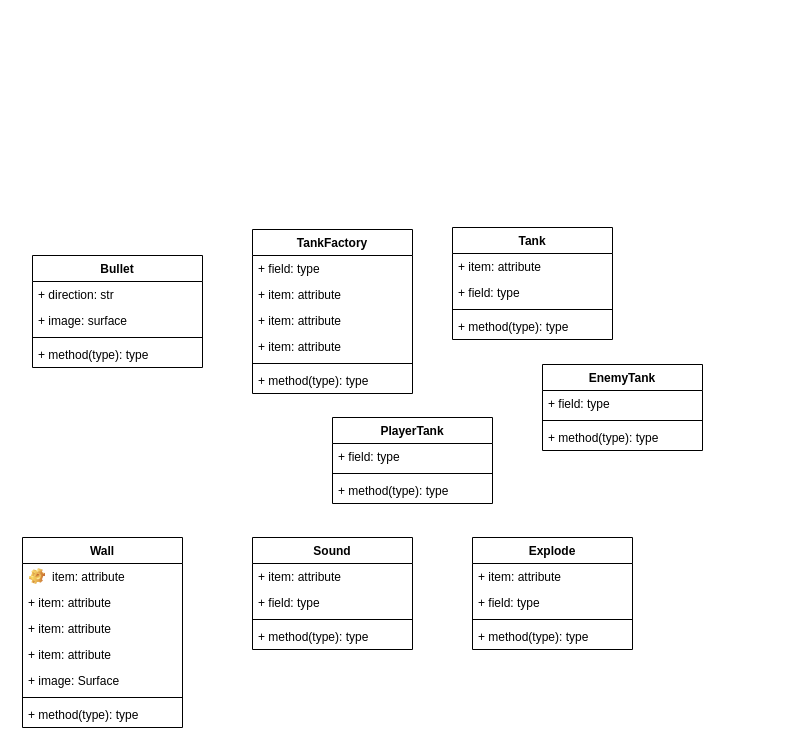
Before: TankWar.drawio in hayden-pzhou/drawioChart, a draw.io diagram. Source tidied: cells renumbered, new cells numbered last; positions are measured from the earlier drawing's top-left corner, leaving out a move shared by most shapes. Both pictures are drawn from the tidied source at 100%, with x=0, y=0 at pixel (22, 227).
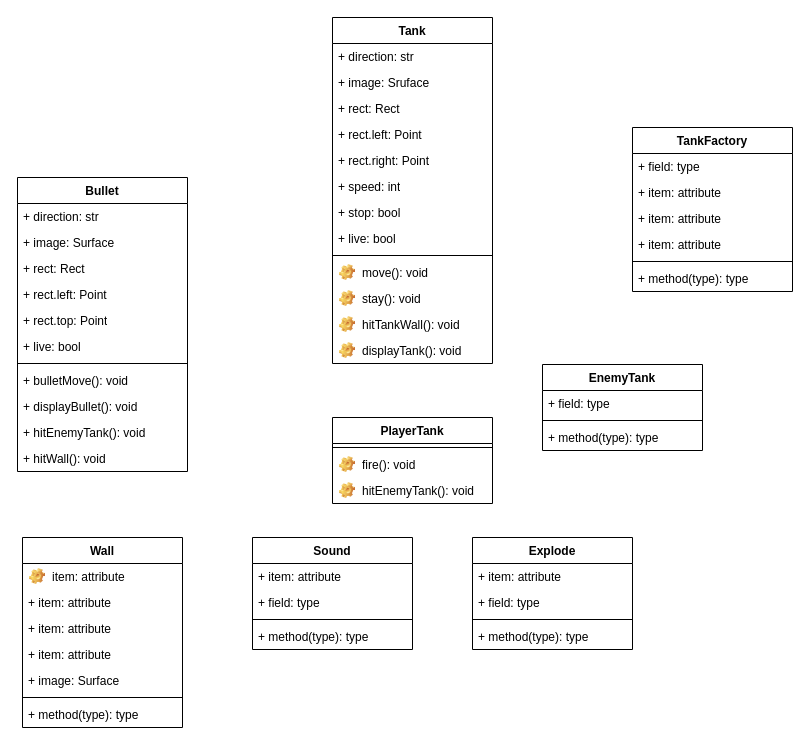
The same diagram, later.

Unchanged cells that the change refers to:
```xml
<mxCell id="26" value="PlayerTank" style="swimlane;fontStyle=1;align=center;verticalAlign=top;horizontal=1;startSize=26;whiteSpace=wrap;html=1;" parent="1" vertex="1">
  <mxGeometry x="310" y="190" width="160" height="86" as="geometry" />
</mxCell>
```

The edit, as a diff of the source:
```diff
@@
     <mxCell id="2" value="Bullet" style="swimlane;fontStyle=1;align=center;verticalAlign=top;horizontal=1;startSize=26;whiteSpace=wrap;html=1;" parent="1" vertex="1">
-      <mxGeometry x="10" y="28" width="170" height="112" as="geometry" />
+      <mxGeometry x="-5" y="-50" width="170" height="294" as="geometry" />
     </mxCell>
@@
-    <mxCell id="4" value="+ image: surface" style="text;strokeColor=none;fillColor=none;align=left;verticalAlign=top;spacingLeft=4;spacingRight=4;overflow=hidden;whiteSpace=wrap;html=1;" parent="2" vertex="1">
+    <mxCell id="4" value="+ image: Surface" style="text;strokeColor=none;fillColor=none;align=left;verticalAlign=top;spacingLeft=4;spacingRight=4;overflow=hidden;whiteSpace=wrap;html=1;" parent="2" vertex="1">
       <mxGeometry y="52" width="170" height="26" as="geometry" />
     </mxCell>
+    <mxCell id="45" value="+ rect: Rect" style="text;strokeColor=none;fillColor=none;align=left;verticalAlign=top;spacingLeft=4;spacingRight=4;overflow=hidden;whiteSpace=wrap;html=1;" parent="2" vertex="1">
+      <mxGeometry y="78" width="170" height="26" as="geometry" />
+    </mxCell>
+    <mxCell id="46" value="+ rect.left: Point" style="text;strokeColor=none;fillColor=none;align=left;verticalAlign=top;spacingLeft=4;spacingRight=4;overflow=hidden;whiteSpace=wrap;html=1;" parent="2" vertex="1">
+      <mxGeometry y="104" width="170" height="26" as="geometry" />
+    </mxCell>
+    <mxCell id="47" value="+ rect.top: Point" style="text;strokeColor=none;fillColor=none;align=left;verticalAlign=top;spacingLeft=4;spacingRight=4;overflow=hidden;whiteSpace=wrap;html=1;" parent="2" vertex="1">
+      <mxGeometry y="130" width="170" height="26" as="geometry" />
+    </mxCell>
+    <mxCell id="48" value="+ live: bool" style="text;strokeColor=none;fillColor=none;align=left;verticalAlign=top;spacingLeft=4;spacingRight=4;overflow=hidden;whiteSpace=wrap;html=1;" parent="2" vertex="1">
+      <mxGeometry y="156" width="170" height="26" as="geometry" />
+    </mxCell>
     <mxCell id="5" style="line;strokeWidth=1;fillColor=none;align=left;verticalAlign=middle;spacingTop=-1;spacingLeft=3;spacingRight=3;labelPosition=right;strokeColor=inherit;" parent="2" vertex="1">
-      <mxGeometry y="78" width="170" height="8" as="geometry" />
+      <mxGeometry y="182" width="170" height="8" as="geometry" />
     </mxCell>
-    <mxCell id="6" value="+ method(type): type" style="text;strokeColor=none;fillColor=none;align=left;verticalAlign=top;spacingLeft=4;spacingRight=4;overflow=hidden;whiteSpace=wrap;html=1;" parent="2" vertex="1">
-      <mxGeometry y="86" width="170" height="26" as="geometry" />
+    <mxCell id="6" value="+ bulletMove(): void" style="text;strokeColor=none;fillColor=none;align=left;verticalAlign=top;spacingLeft=4;spacingRight=4;overflow=hidden;whiteSpace=wrap;html=1;" parent="2" vertex="1">
+      <mxGeometry y="190" width="170" height="26" as="geometry" />
     </mxCell>
+    <mxCell id="49" value="+ displayBullet(): void" style="text;strokeColor=none;fillColor=none;align=left;verticalAlign=top;spacingLeft=4;spacingRight=4;overflow=hidden;whiteSpace=wrap;html=1;" parent="2" vertex="1">
+      <mxGeometry y="216" width="170" height="26" as="geometry" />
+    </mxCell>
+    <mxCell id="50" value="+ hitEnemyTank(): void" style="text;strokeColor=none;fillColor=none;align=left;verticalAlign=top;spacingLeft=4;spacingRight=4;overflow=hidden;whiteSpace=wrap;html=1;" parent="2" vertex="1">
+      <mxGeometry y="242" width="170" height="26" as="geometry" />
+    </mxCell>
+    <mxCell id="51" value="+ hitWall(): void" style="text;strokeColor=none;fillColor=none;align=left;verticalAlign=top;spacingLeft=4;spacingRight=4;overflow=hidden;whiteSpace=wrap;html=1;" parent="2" vertex="1">
+      <mxGeometry y="268" width="170" height="26" as="geometry" />
+    </mxCell>
     <mxCell id="7" value="Tank" style="swimlane;fontStyle=1;align=center;verticalAlign=top;horizontal=1;startSize=26;whiteSpace=wrap;html=1;" parent="1" vertex="1">
-      <mxGeometry x="430" width="160" height="112" as="geometry" />
+      <mxGeometry x="310" y="-210" width="160" height="346" as="geometry" />
     </mxCell>
-    <mxCell id="8" value="+ item: attribute" style="text;strokeColor=none;fillColor=none;align=left;verticalAlign=top;spacingLeft=4;spacingRight=4;overflow=hidden;whiteSpace=wrap;html=1;" parent="7" vertex="1">
+    <mxCell id="8" value="+ direction: str&lt;span style=&quot;white-space: pre;&quot;&gt; &lt;/span&gt;" style="text;strokeColor=none;fillColor=none;align=left;verticalAlign=top;spacingLeft=4;spacingRight=4;overflow=hidden;whiteSpace=wrap;html=1;" parent="7" vertex="1">
       <mxGeometry y="26" width="160" height="26" as="geometry" />
     </mxCell>
-    <mxCell id="9" value="+ field: type" style="text;strokeColor=none;fillColor=none;align=left;verticalAlign=top;spacingLeft=4;spacingRight=4;overflow=hidden;whiteSpace=wrap;html=1;" parent="7" vertex="1">
+    <mxCell id="9" value="+ image: Sruface" style="text;strokeColor=none;fillColor=none;align=left;verticalAlign=top;spacingLeft=4;spacingRight=4;overflow=hidden;whiteSpace=wrap;html=1;" parent="7" vertex="1">
       <mxGeometry y="52" width="160" height="26" as="geometry" />
     </mxCell>
+    <mxCell id="52" value="+ rect: Rect" style="text;strokeColor=none;fillColor=none;align=left;verticalAlign=top;spacingLeft=4;spacingRight=4;overflow=hidden;whiteSpace=wrap;html=1;" parent="7" vertex="1">
+      <mxGeometry y="78" width="160" height="26" as="geometry" />
+    </mxCell>
+    <mxCell id="53" value="+ rect.left: Point" style="text;strokeColor=none;fillColor=none;align=left;verticalAlign=top;spacingLeft=4;spacingRight=4;overflow=hidden;whiteSpace=wrap;html=1;" parent="7" vertex="1">
+      <mxGeometry y="104" width="160" height="26" as="geometry" />
+    </mxCell>
+    <mxCell id="54" value="+ rect.right: Point" style="text;strokeColor=none;fillColor=none;align=left;verticalAlign=top;spacingLeft=4;spacingRight=4;overflow=hidden;whiteSpace=wrap;html=1;" parent="7" vertex="1">
+      <mxGeometry y="130" width="160" height="26" as="geometry" />
+    </mxCell>
+    <mxCell id="55" value="+ speed: int" style="text;strokeColor=none;fillColor=none;align=left;verticalAlign=top;spacingLeft=4;spacingRight=4;overflow=hidden;whiteSpace=wrap;html=1;" parent="7" vertex="1">
+      <mxGeometry y="156" width="160" height="26" as="geometry" />
+    </mxCell>
+    <mxCell id="56" value="+ stop: bool" style="text;strokeColor=none;fillColor=none;align=left;verticalAlign=top;spacingLeft=4;spacingRight=4;overflow=hidden;whiteSpace=wrap;html=1;" parent="7" vertex="1">
+      <mxGeometry y="182" width="160" height="26" as="geometry" />
+    </mxCell>
+    <mxCell id="57" value="+ live: bool" style="text;strokeColor=none;fillColor=none;align=left;verticalAlign=top;spacingLeft=4;spacingRight=4;overflow=hidden;whiteSpace=wrap;html=1;" parent="7" vertex="1">
+      <mxGeometry y="208" width="160" height="26" as="geometry" />
+    </mxCell>
     <mxCell id="10" style="line;strokeWidth=1;fillColor=none;align=left;verticalAlign=middle;spacingTop=-1;spacingLeft=3;spacingRight=3;labelPosition=right;strokeColor=inherit;" parent="7" vertex="1">
-      <mxGeometry y="78" width="160" height="8" as="geometry" />
+      <mxGeometry y="234" width="160" height="8" as="geometry" />
     </mxCell>
-    <mxCell id="11" value="+ method(type): type" style="text;strokeColor=none;fillColor=none;align=left;verticalAlign=top;spacingLeft=4;spacingRight=4;overflow=hidden;whiteSpace=wrap;html=1;" parent="7" vertex="1">
-      <mxGeometry y="86" width="160" height="26" as="geometry" />
-    </mxCell>
+    <mxCell id="58" value="move(): void" style="label;fontStyle=0;strokeColor=none;fillColor=none;align=left;verticalAlign=top;overflow=hidden;spacingLeft=28;spacingRight=4;imageWidth=16;imageHeight=16;whiteSpace=wrap;html=1;image=img/clipart/Gear_128x128.png;" parent="7" vertex="1">
+      <mxGeometry y="242" width="160" height="26" as="geometry" />
+    </mxCell>
+    <mxCell id="59" value="stay(): void" style="label;fontStyle=0;strokeColor=none;fillColor=none;align=left;verticalAlign=top;overflow=hidden;spacingLeft=28;spacingRight=4;imageWidth=16;imageHeight=16;whiteSpace=wrap;html=1;image=img/clipart/Gear_128x128.png;" parent="7" vertex="1">
+      <mxGeometry y="268" width="160" height="26" as="geometry" />
+    </mxCell>
+    <mxCell id="60" value="hitTankWall(): void" style="label;fontStyle=0;strokeColor=none;fillColor=none;align=left;verticalAlign=top;overflow=hidden;spacingLeft=28;spacingRight=4;imageWidth=16;imageHeight=16;whiteSpace=wrap;html=1;image=img/clipart/Gear_128x128.png;" parent="7" vertex="1">
+      <mxGeometry y="294" width="160" height="26" as="geometry" />
+    </mxCell>
+    <mxCell id="61" value="displayTank(): void" style="label;fontStyle=0;strokeColor=none;fillColor=none;align=left;verticalAlign=top;overflow=hidden;spacingLeft=28;spacingRight=4;imageWidth=16;imageHeight=16;whiteSpace=wrap;html=1;image=img/clipart/Gear_128x128.png;" parent="7" vertex="1">
+      <mxGeometry y="320" width="160" height="26" as="geometry" />
+    </mxCell>
@@
-    <mxCell id="27" value="+ field: type" style="text;strokeColor=none;fillColor=none;align=left;verticalAlign=top;spacingLeft=4;spacingRight=4;overflow=hidden;whiteSpace=wrap;html=1;" parent="26" vertex="1">
-      <mxGeometry y="26" width="160" height="26" as="geometry" />
-    </mxCell>
     <mxCell id="28" style="line;strokeWidth=1;fillColor=none;align=left;verticalAlign=middle;spacingTop=-1;spacingLeft=3;spacingRight=3;labelPosition=right;strokeColor=inherit;" parent="26" vertex="1">
-      <mxGeometry y="52" width="160" height="8" as="geometry" />
+      <mxGeometry y="26" width="160" height="8" as="geometry" />
     </mxCell>
-    <mxCell id="29" value="+ method(type): type" style="text;strokeColor=none;fillColor=none;align=left;verticalAlign=top;spacingLeft=4;spacingRight=4;overflow=hidden;whiteSpace=wrap;html=1;" parent="26" vertex="1">
-      <mxGeometry y="60" width="160" height="26" as="geometry" />
-    </mxCell>
+    <mxCell id="62" value="fire(): void" style="label;fontStyle=0;strokeColor=none;fillColor=none;align=left;verticalAlign=top;overflow=hidden;spacingLeft=28;spacingRight=4;imageWidth=16;imageHeight=16;whiteSpace=wrap;html=1;image=img/clipart/Gear_128x128.png;" parent="26" vertex="1">
+      <mxGeometry y="34" width="160" height="26" as="geometry" />
+    </mxCell>
+    <mxCell id="63" value="hitEnemyTank(): void" style="label;fontStyle=0;strokeColor=none;fillColor=none;align=left;verticalAlign=top;overflow=hidden;spacingLeft=28;spacingRight=4;imageWidth=16;imageHeight=16;whiteSpace=wrap;html=1;image=img/clipart/Gear_128x128.png;" parent="26" vertex="1">
+      <mxGeometry y="60" width="160" height="26" as="geometry" />
+    </mxCell>
@@
     <mxCell id="38" value="TankFactory" style="swimlane;fontStyle=1;align=center;verticalAlign=top;horizontal=1;startSize=26;whiteSpace=wrap;html=1;" parent="1" vertex="1">
-      <mxGeometry x="230" y="2" width="160" height="164" as="geometry" />
+      <mxGeometry x="610" y="-100" width="160" height="164" as="geometry" />
     </mxCell>
```
